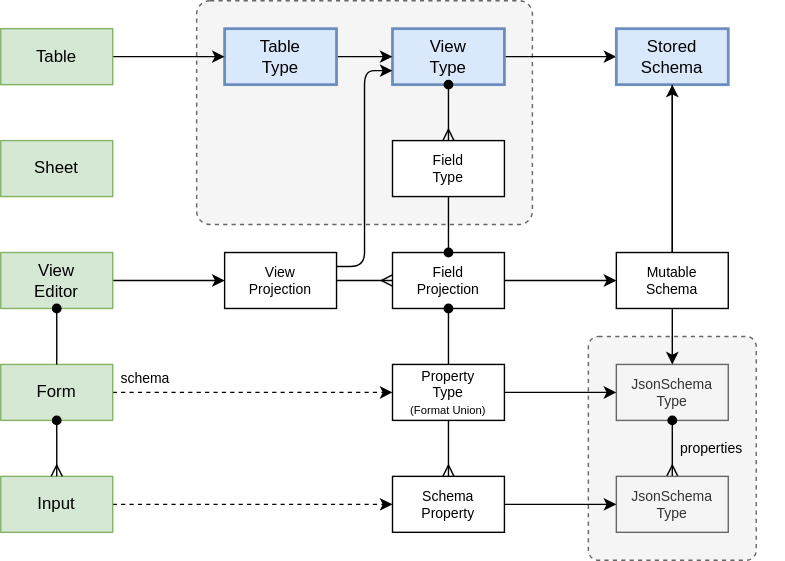
Above: packages/sdk/schema/docs/schema.drawio.svg in dxos/dxos (draw.io), before the change. Source tidied: cells renumbered, new cells last; positions are measured from the earlier drawing's top-left corner, leaving out a move shared by most shapes.
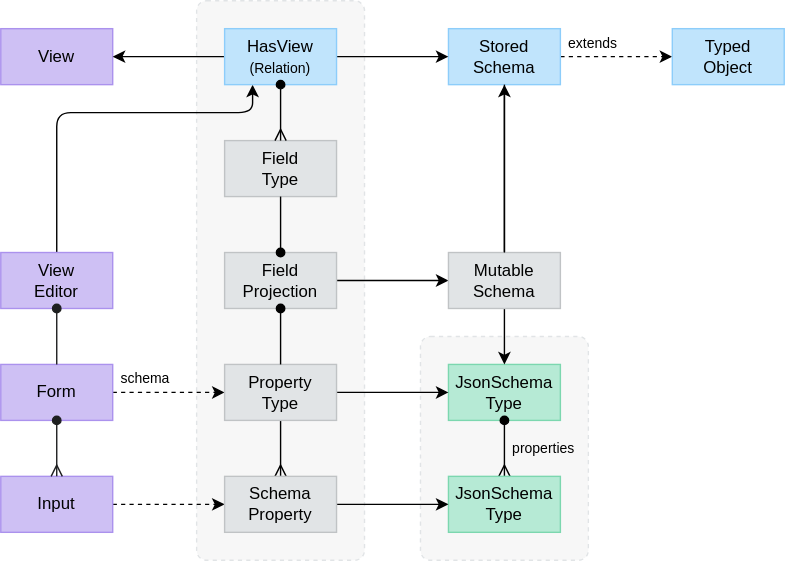
The same file after the commit.

Diff of the diagram source:
```diff
@@ -2,133 +2,124 @@
   <root>
     <mxCell id="0" />
     <mxCell id="1" parent="0" />
+    <mxCell id="3" style="rounded=1;whiteSpace=wrap;html=1;dashed=1;glass=0;perimeterSpacing=0;strokeColor=#E1E4E6;shadow=0;fillColor=#F7F7F7;fontColor=#000000;arcSize=6;fontSize=12;" parent="1" vertex="1">
+      <mxGeometry x="260" width="120" height="400" as="geometry" />
+    </mxCell>
-    <mxCell id="2" style="rounded=1;whiteSpace=wrap;html=1;dashed=1;glass=0;perimeterSpacing=0;strokeColor=#666666;shadow=0;fillColor=#f5f5f5;fontColor=#333333;arcSize=6;" parent="1" vertex="1">
+    <mxCell id="2" style="rounded=1;whiteSpace=wrap;html=1;dashed=1;glass=0;perimeterSpacing=0;strokeColor=#E1E4E6;shadow=0;fillColor=#F7F7F7;fontColor=#000000;arcSize=6;fontSize=12;" parent="1" vertex="1">
       <mxGeometry x="420" y="240" width="120" height="160" as="geometry" />
     </mxCell>
-    <mxCell id="3" style="rounded=1;whiteSpace=wrap;html=1;dashed=1;glass=0;perimeterSpacing=0;strokeColor=#666666;shadow=0;fillColor=#f5f5f5;fontColor=#333333;arcSize=6;" parent="1" vertex="1">
-      <mxGeometry x="140" width="240" height="160" as="geometry" />
-    </mxCell>
-    <mxCell id="4" value="JsonSchema&lt;br style=&quot;font-size: 10px;&quot;&gt;Type" style="rounded=0;whiteSpace=wrap;html=1;fontSize=10;fillColor=#f5f5f5;strokeColor=#666666;fontColor=#333333;" parent="1" vertex="1">
+    <mxCell id="4" value="JsonSchema&lt;br&gt;Type" style="rounded=0;whiteSpace=wrap;html=1;fontSize=12;fillColor=#B6EAD5;strokeColor=#7CD7AF;fontColor=#000000;" parent="1" vertex="1">
       <mxGeometry x="440" y="260" width="80" height="40" as="geometry" />
     </mxCell>
-    <mxCell id="5" style="edgeStyle=none;html=1;exitX=1;exitY=0.5;exitDx=0;exitDy=0;" parent="1" edge="1" source="6" target="9">
-      <mxGeometry relative="1" as="geometry" />
-    </mxCell>
-    <mxCell id="6" value="View&lt;br&gt;Type" style="rounded=0;whiteSpace=wrap;html=1;strokeWidth=2;fillColor=#dae8fc;strokeColor=#6c8ebf;" parent="1" vertex="1">
-      <mxGeometry x="280" y="20" width="80" height="40" as="geometry" />
+    <mxCell id="6" value="View" style="rounded=0;whiteSpace=wrap;html=1;strokeWidth=1;fillColor=#CEC0F4;strokeColor=#AB92ED;fontColor=#000000;fontSize=12;" parent="1" vertex="1">
+      <mxGeometry x="120" y="20" width="80" height="40" as="geometry" />
     </mxCell>
-    <mxCell id="7" style="edgeStyle=none;html=1;exitX=1;exitY=0.5;exitDx=0;exitDy=0;" parent="1" edge="1" source="8" target="6">
-      <mxGeometry relative="1" as="geometry" />
-    </mxCell>
-    <mxCell id="8" value="Table&lt;br&gt;Type" style="rounded=0;whiteSpace=wrap;html=1;strokeWidth=2;fillColor=#dae8fc;strokeColor=#6c8ebf;" parent="1" vertex="1">
-      <mxGeometry x="160" y="20" width="80" height="40" as="geometry" />
-    </mxCell>
+    <mxCell id="43" style="edgeStyle=none;html=1;exitX=1;exitY=0.5;exitDx=0;exitDy=0;dashed=1;" parent="1" edge="1" source="9" target="47">
+      <mxGeometry relative="1" as="geometry" />
+    </mxCell>
-    <mxCell id="9" value="Stored&lt;br style=&quot;font-size: 12px;&quot;&gt;Schema" style="rounded=0;whiteSpace=wrap;html=1;fontSize=12;fillColor=#dae8fc;strokeColor=#6c8ebf;strokeWidth=2;" parent="1" vertex="1">
+    <mxCell id="9" value="Stored&lt;br&gt;Schema" style="rounded=0;whiteSpace=wrap;html=1;fontSize=12;fillColor=#C0E4FC;strokeColor=#8DCDFA;strokeWidth=1;fontColor=#000000;" parent="1" vertex="1">
       <mxGeometry x="440" y="20" width="80" height="40" as="geometry" />
     </mxCell>
-    <mxCell id="10" style="edgeStyle=none;html=1;exitX=1;exitY=0.5;exitDx=0;exitDy=0;strokeColor=#000000;fontSize=10;startArrow=none;startFill=0;endArrow=classic;endFill=1;dashed=1;" parent="1" edge="1" source="11" target="16">
+    <mxCell id="10" style="edgeStyle=none;html=1;exitX=1;exitY=0.5;exitDx=0;exitDy=0;strokeColor=#000000;fontSize=12;startArrow=none;startFill=0;endArrow=classic;endFill=1;dashed=1;" parent="1" edge="1" source="11" target="16">
       <mxGeometry relative="1" as="geometry" />
     </mxCell>
-    <mxCell id="11" value="Form" style="rounded=0;whiteSpace=wrap;html=1;fillColor=#d5e8d4;strokeColor=#82b366;" parent="1" vertex="1">
-      <mxGeometry y="260" width="80" height="40" as="geometry" />
+    <mxCell id="11" value="Form" style="rounded=0;whiteSpace=wrap;html=1;fillColor=#CEC0F4;strokeColor=#AB92ED;fontColor=#000000;fontSize=12;strokeWidth=1;" parent="1" vertex="1">
+      <mxGeometry x="120" y="260" width="80" height="40" as="geometry" />
     </mxCell>
-    <mxCell id="12" style="edgeStyle=none;html=1;fontSize=10;startArrow=none;startFill=0;endArrow=classic;endFill=1;" parent="1" edge="1" source="13" target="19">
-      <mxGeometry relative="1" as="geometry" />
+    <mxCell id="12" style="edgeStyle=none;html=1;fontSize=12;startArrow=none;startFill=0;endArrow=classic;endFill=1;entryX=0.25;entryY=1;entryDx=0;entryDy=0;" parent="1" edge="1" source="13" target="46">
+      <mxGeometry relative="1" as="geometry">
+        <Array as="points">
+          <mxPoint x="160" y="80" />
+          <mxPoint x="300" y="80" />
+        </Array>
+      </mxGeometry>
     </mxCell>
-    <mxCell id="13" value="View&lt;br&gt;Editor" style="rounded=0;whiteSpace=wrap;html=1;fillColor=#d5e8d4;strokeColor=#82b366;" parent="1" vertex="1">
-      <mxGeometry y="180" width="80" height="40" as="geometry" />
+    <mxCell id="13" value="View&lt;br&gt;Editor" style="rounded=0;whiteSpace=wrap;html=1;fillColor=#CEC0F4;strokeColor=#AB92ED;fontColor=#000000;fontSize=12;strokeWidth=1;" parent="1" vertex="1">
+      <mxGeometry x="120" y="180" width="80" height="40" as="geometry" />
     </mxCell>
-    <mxCell id="14" style="edgeStyle=none;html=1;exitX=1;exitY=0.5;exitDx=0;exitDy=0;strokeColor=#000000;fontSize=8;startArrow=none;startFill=0;" parent="1" edge="1" source="16" target="4">
+    <mxCell id="14" style="edgeStyle=none;html=1;exitX=1;exitY=0.5;exitDx=0;exitDy=0;strokeColor=#000000;fontSize=12;startArrow=none;startFill=0;" parent="1" edge="1" source="16" target="4">
       <mxGeometry relative="1" as="geometry" />
     </mxCell>
-    <mxCell id="15" style="edgeStyle=none;html=1;exitX=0.5;exitY=1;exitDx=0;exitDy=0;strokeColor=#000000;fontSize=8;startArrow=none;startFill=0;endArrow=ERmany;endFill=0;" parent="1" edge="1" source="16" target="41">
+    <mxCell id="15" style="edgeStyle=none;html=1;exitX=0.5;exitY=1;exitDx=0;exitDy=0;strokeColor=#000000;fontSize=12;startArrow=none;startFill=0;endArrow=ERmany;endFill=0;" parent="1" edge="1" source="16" target="41">
       <mxGeometry relative="1" as="geometry" />
     </mxCell>
-    <mxCell id="16" value="Property&lt;br style=&quot;font-size: 10px;&quot;&gt;Type&lt;br&gt;&lt;font style=&quot;font-size: 8px;&quot;&gt;(Format Union)&lt;/font&gt;" style="rounded=0;whiteSpace=wrap;html=1;fontSize=10;" parent="1" vertex="1">
+    <mxCell id="16" value="Property&lt;br&gt;Type" style="rounded=0;whiteSpace=wrap;html=1;fontSize=12;fillColor=#E1E4E6;fontColor=#000000;strokeColor=#C0C3C5;" parent="1" vertex="1">
       <mxGeometry x="280" y="260" width="80" height="40" as="geometry" />
     </mxCell>
-    <mxCell id="17" style="edgeStyle=none;html=1;exitX=1;exitY=0.5;exitDx=0;exitDy=0;fontSize=10;startArrow=none;startFill=0;endArrow=ERmany;endFill=0;" parent="1" edge="1" source="19" target="22">
-      <mxGeometry relative="1" as="geometry" />
-    </mxCell>
-    <mxCell id="18" style="edgeStyle=none;html=1;exitX=1;exitY=0.25;exitDx=0;exitDy=0;entryX=0;entryY=0.75;entryDx=0;entryDy=0;strokeColor=#000000;fontSize=10;startArrow=none;startFill=0;endArrow=classic;endFill=1;rounded=1;jumpSize=0;" parent="1" edge="1" source="19" target="6">
-      <mxGeometry relative="1" as="geometry">
-        <Array as="points">
-          <mxPoint x="260" y="190" />
-          <mxPoint x="260" y="50" />
-        </Array>
-      </mxGeometry>
-    </mxCell>
-    <mxCell id="19" value="View&lt;br style=&quot;font-size: 10px;&quot;&gt;Projection" style="rounded=0;whiteSpace=wrap;html=1;fontSize=10;" parent="1" vertex="1">
-      <mxGeometry x="160" y="180" width="80" height="40" as="geometry" />
-    </mxCell>
-    <mxCell id="20" value="Field&lt;br style=&quot;font-size: 10px;&quot;&gt;Type" style="rounded=0;whiteSpace=wrap;html=1;fontSize=10;" parent="1" vertex="1">
+    <mxCell id="20" value="Field&lt;br&gt;Type" style="rounded=0;whiteSpace=wrap;html=1;fontSize=12;fillColor=#E1E4E6;fontColor=#000000;strokeColor=#C0C3C5;" parent="1" vertex="1">
       <mxGeometry x="280" y="100" width="80" height="40" as="geometry" />
     </mxCell>
     <mxCell id="21" style="edgeStyle=none;html=1;fontSize=12;startArrow=none;startFill=0;endArrow=classic;endFill=1;" parent="1" edge="1" source="22" target="31">
       <mxGeometry relative="1" as="geometry" />
     </mxCell>
-    <mxCell id="22" value="Field&lt;br style=&quot;font-size: 10px;&quot;&gt;Projection" style="rounded=0;whiteSpace=wrap;html=1;fontSize=10;" parent="1" vertex="1">
+    <mxCell id="22" value="Field&lt;br&gt;Projection" style="rounded=0;whiteSpace=wrap;html=1;fontSize=12;fillColor=#E1E4E6;fontColor=#000000;strokeColor=#C0C3C5;" parent="1" vertex="1">
       <mxGeometry x="280" y="180" width="80" height="40" as="geometry" />
     </mxCell>
-    <mxCell id="23" style="edgeStyle=none;html=1;exitX=1;exitY=0.5;exitDx=0;exitDy=0;fontSize=10;startArrow=none;startFill=0;endArrow=classic;endFill=1;" parent="1" edge="1" source="24" target="8">
-      <mxGeometry relative="1" as="geometry" />
-    </mxCell>
-    <mxCell id="24" value="Table" style="rounded=0;whiteSpace=wrap;html=1;fillColor=#d5e8d4;strokeColor=#82b366;" parent="1" vertex="1">
-      <mxGeometry y="20" width="80" height="40" as="geometry" />
-    </mxCell>
-    <mxCell id="25" style="edgeStyle=none;html=1;exitX=0.5;exitY=0;exitDx=0;exitDy=0;fontSize=10;startArrow=oval;startFill=1;endArrow=none;endFill=0;" parent="1" edge="1" source="22" target="20">
+    <mxCell id="25" style="edgeStyle=none;html=1;exitX=0.5;exitY=0;exitDx=0;exitDy=0;fontSize=12;startArrow=oval;startFill=1;endArrow=none;endFill=0;" parent="1" edge="1" source="22" target="20">
       <mxGeometry relative="1" as="geometry" />
     </mxCell>
-    <mxCell id="26" style="edgeStyle=none;html=1;fontSize=10;startArrow=oval;startFill=1;endArrow=none;endFill=0;" parent="1" edge="1" source="13" target="11">
+    <mxCell id="26" style="edgeStyle=none;html=1;fontSize=12;startArrow=oval;startFill=1;endArrow=none;endFill=0;fillColor=#393C3E;strokeColor=#1E1F20;strokeWidth=1;" parent="1" edge="1" source="13" target="11">
       <mxGeometry relative="1" as="geometry" />
     </mxCell>
     <mxCell id="27" style="edgeStyle=none;html=1;exitX=0.5;exitY=1;exitDx=0;exitDy=0;fontSize=12;startArrow=oval;startFill=1;endArrow=none;endFill=0;" parent="1" edge="1" source="22" target="16">
       <mxGeometry relative="1" as="geometry" />
     </mxCell>
-    <mxCell id="28" value="properties" style="text;html=1;strokeColor=none;fillColor=none;align=left;verticalAlign=middle;whiteSpace=wrap;rounded=0;fontSize=10;spacingLeft=4;spacingRight=8;" parent="1" vertex="1">
+    <mxCell id="28" value="properties" style="text;html=1;strokeColor=none;fillColor=none;align=left;verticalAlign=middle;whiteSpace=wrap;rounded=0;fontSize=10;spacingLeft=4;spacingRight=8;fontColor=#000000;" parent="1" vertex="1">
       <mxGeometry x="480" y="310" width="80" height="20" as="geometry" />
     </mxCell>
-    <mxCell id="29" style="edgeStyle=none;html=1;strokeColor=#000000;fontSize=10;" parent="1" edge="1" source="31" target="9">
+    <mxCell id="29" style="edgeStyle=none;html=1;strokeColor=#000000;fontSize=12;" parent="1" edge="1" source="31" target="9">
       <mxGeometry relative="1" as="geometry" />
     </mxCell>
-    <mxCell id="30" style="edgeStyle=none;html=1;exitX=0.5;exitY=1;exitDx=0;exitDy=0;entryX=0.5;entryY=0;entryDx=0;entryDy=0;strokeColor=#000000;fontSize=10;" parent="1" edge="1" source="31" target="4">
+    <mxCell id="30" style="edgeStyle=none;html=1;exitX=0.5;exitY=1;exitDx=0;exitDy=0;entryX=0.5;entryY=0;entryDx=0;entryDy=0;strokeColor=#000000;fontSize=12;" parent="1" edge="1" source="31" target="4">
       <mxGeometry relative="1" as="geometry" />
     </mxCell>
-    <mxCell id="31" value="Mutable&lt;br style=&quot;font-size: 10px;&quot;&gt;Schema" style="rounded=0;whiteSpace=wrap;html=1;fontSize=10;" parent="1" vertex="1">
+    <mxCell id="31" value="Mutable&lt;br&gt;Schema" style="rounded=0;whiteSpace=wrap;html=1;fontSize=12;fillColor=#E1E4E6;fontColor=#000000;strokeColor=#C0C3C5;" parent="1" vertex="1">
       <mxGeometry x="440" y="180" width="80" height="40" as="geometry" />
     </mxCell>
-    <mxCell id="32" style="edgeStyle=none;html=1;fillColor=#dae8fc;strokeColor=#000000;endArrow=ERmany;endFill=0;startArrow=oval;startFill=1;" parent="1" edge="1" source="4" target="39">
+    <mxCell id="32" style="edgeStyle=none;html=1;fillColor=#1E1F20;strokeColor=#000000;endArrow=ERmany;endFill=0;startArrow=oval;startFill=1;fontSize=12;" parent="1" edge="1" source="4" target="39">
       <mxGeometry relative="1" as="geometry" />
     </mxCell>
-    <mxCell id="33" style="edgeStyle=none;html=1;fontSize=10;startArrow=none;startFill=0;endArrow=none;endFill=0;strokeColor=#000000;fillColor=#dae8fc;" parent="1" edge="1" source="31" target="9">
+    <mxCell id="33" style="edgeStyle=none;html=1;fontSize=12;startArrow=none;startFill=0;endArrow=none;endFill=0;strokeColor=#000000;fillColor=#dae8fc;" parent="1" edge="1" source="31" target="9">
       <mxGeometry relative="1" as="geometry" />
     </mxCell>
-    <mxCell id="34" style="edgeStyle=none;html=1;exitX=1;exitY=0.5;exitDx=0;exitDy=0;strokeColor=#000000;fontSize=8;startArrow=none;startFill=0;endArrow=classic;endFill=1;dashed=1;" parent="1" edge="1" source="35" target="41">
+    <mxCell id="34" style="edgeStyle=none;html=1;exitX=1;exitY=0.5;exitDx=0;exitDy=0;strokeColor=#000000;fontSize=12;startArrow=none;startFill=0;endArrow=classic;endFill=1;dashed=1;" parent="1" edge="1" source="35" target="41">
       <mxGeometry relative="1" as="geometry" />
     </mxCell>
-    <mxCell id="35" value="Input" style="rounded=0;whiteSpace=wrap;html=1;fillColor=#d5e8d4;strokeColor=#82b366;" parent="1" vertex="1">
-      <mxGeometry y="340" width="80" height="40" as="geometry" />
+    <mxCell id="35" value="Input" style="rounded=0;whiteSpace=wrap;html=1;fillColor=#CEC0F4;strokeColor=#AB92ED;fontColor=#000000;fontSize=12;strokeWidth=1;" parent="1" vertex="1">
+      <mxGeometry x="120" y="340" width="80" height="40" as="geometry" />
     </mxCell>
-    <mxCell id="36" style="edgeStyle=none;html=1;exitX=0.5;exitY=1;exitDx=0;exitDy=0;strokeColor=#000000;fontSize=10;startArrow=oval;startFill=1;endArrow=ERmany;endFill=0;" parent="1" edge="1" source="11" target="35">
+    <mxCell id="36" style="edgeStyle=none;html=1;exitX=0.5;exitY=1;exitDx=0;exitDy=0;strokeColor=#1E1F20;fontSize=12;startArrow=oval;startFill=1;endArrow=ERmany;endFill=0;fillColor=#393C3E;strokeWidth=1;" parent="1" edge="1" source="11" target="35">
       <mxGeometry relative="1" as="geometry" />
     </mxCell>
-    <mxCell id="37" style="edgeStyle=none;html=1;exitX=0.5;exitY=1;exitDx=0;exitDy=0;entryX=0.5;entryY=0;entryDx=0;entryDy=0;fontSize=10;startArrow=oval;startFill=1;endArrow=ERmany;endFill=0;" parent="1" edge="1" source="6" target="20">
-      <mxGeometry relative="1" as="geometry" />
-    </mxCell>
-    <mxCell id="38" value="Sheet" style="rounded=0;whiteSpace=wrap;html=1;fillColor=#d5e8d4;strokeColor=#82b366;" parent="1" vertex="1">
-      <mxGeometry y="100" width="80" height="40" as="geometry" />
-    </mxCell>
-    <mxCell id="39" value="JsonSchema&lt;br style=&quot;font-size: 10px;&quot;&gt;Type" style="rounded=0;whiteSpace=wrap;html=1;fontSize=10;fillColor=#f5f5f5;strokeColor=#666666;fontColor=#333333;" parent="1" vertex="1">
+    <mxCell id="39" value="JsonSchema&lt;br&gt;Type" style="rounded=0;whiteSpace=wrap;html=1;fontSize=12;fillColor=#B6EAD5;strokeColor=#7CD7AF;fontColor=#000000;" parent="1" vertex="1">
       <mxGeometry x="440" y="340" width="80" height="40" as="geometry" />
     </mxCell>
-    <mxCell id="40" style="edgeStyle=none;html=1;exitX=1;exitY=0.5;exitDx=0;exitDy=0;entryX=0;entryY=0.5;entryDx=0;entryDy=0;strokeColor=#000000;fontSize=8;startArrow=none;startFill=0;" parent="1" edge="1" source="41" target="39">
+    <mxCell id="40" style="edgeStyle=none;html=1;exitX=1;exitY=0.5;exitDx=0;exitDy=0;entryX=0;entryY=0.5;entryDx=0;entryDy=0;strokeColor=#000000;fontSize=12;startArrow=none;startFill=0;" parent="1" edge="1" source="41" target="39">
       <mxGeometry relative="1" as="geometry" />
     </mxCell>
-    <mxCell id="41" value="Schema&lt;br&gt;Property" style="rounded=0;whiteSpace=wrap;html=1;fontSize=10;" parent="1" vertex="1">
+    <mxCell id="41" value="Schema&lt;br&gt;Property" style="rounded=0;whiteSpace=wrap;html=1;fontSize=12;fillColor=#E1E4E6;fontColor=#000000;strokeColor=#C0C3C5;" parent="1" vertex="1">
       <mxGeometry x="280" y="340" width="80" height="40" as="geometry" />
     </mxCell>
     <mxCell id="42" value="schema" style="text;html=1;strokeColor=none;fillColor=none;align=left;verticalAlign=middle;whiteSpace=wrap;rounded=0;fontSize=10;spacingLeft=4;spacingRight=8;" parent="1" vertex="1">
-      <mxGeometry x="80" y="260" width="80" height="20" as="geometry" />
+      <mxGeometry x="200" y="260" width="80" height="20" as="geometry" />
     </mxCell>
+    <mxCell id="44" style="edgeStyle=none;html=1;" parent="1" edge="1" source="46" target="9">
+      <mxGeometry relative="1" as="geometry" />
+    </mxCell>
+    <mxCell id="45" style="edgeStyle=none;html=1;exitX=0;exitY=0.5;exitDx=0;exitDy=0;" parent="1" edge="1" source="46" target="6">
+      <mxGeometry relative="1" as="geometry" />
+    </mxCell>
+    <mxCell id="46" value="HasView&lt;br&gt;&lt;font style=&quot;font-size: 10px;&quot;&gt;(Relation)&lt;/font&gt;" style="rounded=0;whiteSpace=wrap;html=1;fontSize=12;fillColor=#C0E4FC;fontColor=#000000;strokeColor=#8DCDFA;" parent="1" vertex="1">
+      <mxGeometry x="280" y="20" width="80" height="40" as="geometry" />
+    </mxCell>
+    <mxCell id="37" style="edgeStyle=none;html=1;entryX=0.5;entryY=0;entryDx=0;entryDy=0;fontSize=12;startArrow=oval;startFill=1;endArrow=ERmany;endFill=0;" parent="1" edge="1" source="46" target="20">
+      <mxGeometry relative="1" as="geometry" />
+    </mxCell>
+    <mxCell id="47" value="Typed&lt;br&gt;Object" style="rounded=0;whiteSpace=wrap;html=1;fontSize=12;fillColor=#C0E4FC;strokeColor=#8DCDFA;strokeWidth=1;fontColor=#000000;" parent="1" vertex="1">
+      <mxGeometry x="600" y="20" width="80" height="40" as="geometry" />
+    </mxCell>
+    <mxCell id="48" value="extends" style="text;html=1;strokeColor=none;fillColor=none;align=left;verticalAlign=middle;whiteSpace=wrap;rounded=0;fontSize=10;spacingLeft=4;spacingRight=8;" parent="1" vertex="1">
+      <mxGeometry x="520" y="20" width="80" height="20" as="geometry" />
+    </mxCell>
   </root>
 </mxGraphModel>
```
